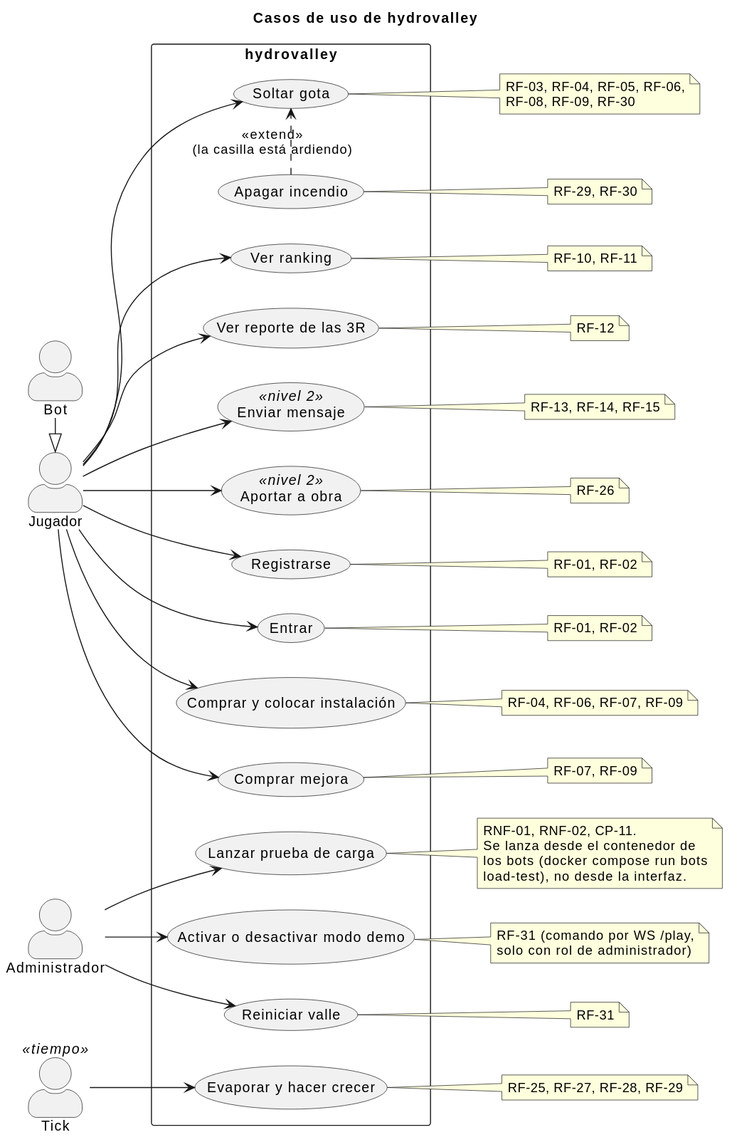
Above: docs/diagrams/01-casos-de-uso.svg in iadev2005/hydrovalley (PlantUML), before the change. Source of this version:
```plantuml
@startuml
title Casos de uso de hydrovalley
left to right direction
skinparam packageStyle rectangle
skinparam actorStyle awesome

actor "Jugador" as Jugador
actor "Bot" as Bot
actor "Administrador" as Admin
actor "Tick" as Tick <<tiempo>>

Bot -|> Jugador

rectangle "hydrovalley" {
  usecase "Registrarse" as UC_Registrarse
  usecase "Entrar" as UC_Entrar
  usecase "Soltar gota" as UC_Gota
  usecase "Apagar incendio" as UC_Incendio
  usecase "Comprar y colocar instalación" as UC_Instalacion
  usecase "Comprar mejora" as UC_Mejora
  usecase "Ver ranking" as UC_Ranking
  usecase "Ver reporte de las 3R" as UC_Reporte
  usecase "Enviar mensaje" as UC_Mensaje <<nivel 2>>
  usecase "Aportar a obra" as UC_Obra <<nivel 2>>

  usecase "Activar o desactivar modo demo" as UC_Demo
  usecase "Reiniciar valle" as UC_Reiniciar
  usecase "Lanzar prueba de carga" as UC_Carga

  usecase "Evaporar y hacer crecer" as UC_Evolucion
}

Jugador --> UC_Registrarse
Jugador --> UC_Entrar
Jugador --> UC_Gota
Jugador --> UC_Instalacion
Jugador --> UC_Mejora
Jugador --> UC_Ranking
Jugador --> UC_Reporte
Jugador --> UC_Mensaje
Jugador --> UC_Obra

UC_Incendio .> UC_Gota : <<extend>>\n(la casilla está ardiendo)

Admin --> UC_Demo
Admin --> UC_Reiniciar
Admin --> UC_Carga

Tick --> UC_Evolucion

note right of UC_Registrarse
  RF-01, RF-02
end note
note right of UC_Entrar
  RF-01, RF-02
end note
note right of UC_Gota
  RF-03, RF-04, RF-05, RF-06,
  RF-08, RF-09, RF-30
end note
note right of UC_Incendio
  RF-29, RF-30
end note
note right of UC_Instalacion
  RF-04, RF-06, RF-07, RF-09
end note
note right of UC_Mejora
  RF-07, RF-09
end note
note right of UC_Ranking
  RF-10, RF-11
end note
note right of UC_Reporte
  RF-12
end note
note right of UC_Mensaje
  RF-13, RF-14, RF-15
end note
note right of UC_Obra
  RF-26
end note
note right of UC_Evolucion
  RF-25, RF-27, RF-28, RF-29
end note
note right of UC_Demo
  RF-31 (comando por WS /play,
  solo con rol de administrador)
end note
note right of UC_Reiniciar
  RF-31
end note
note right of UC_Carga
  RNF-01, RNF-02, CP-11.
  Se lanza desde el contenedor de
  los bots (docker compose run bots
  load-test), no desde la interfaz.
end note
@enduml
```
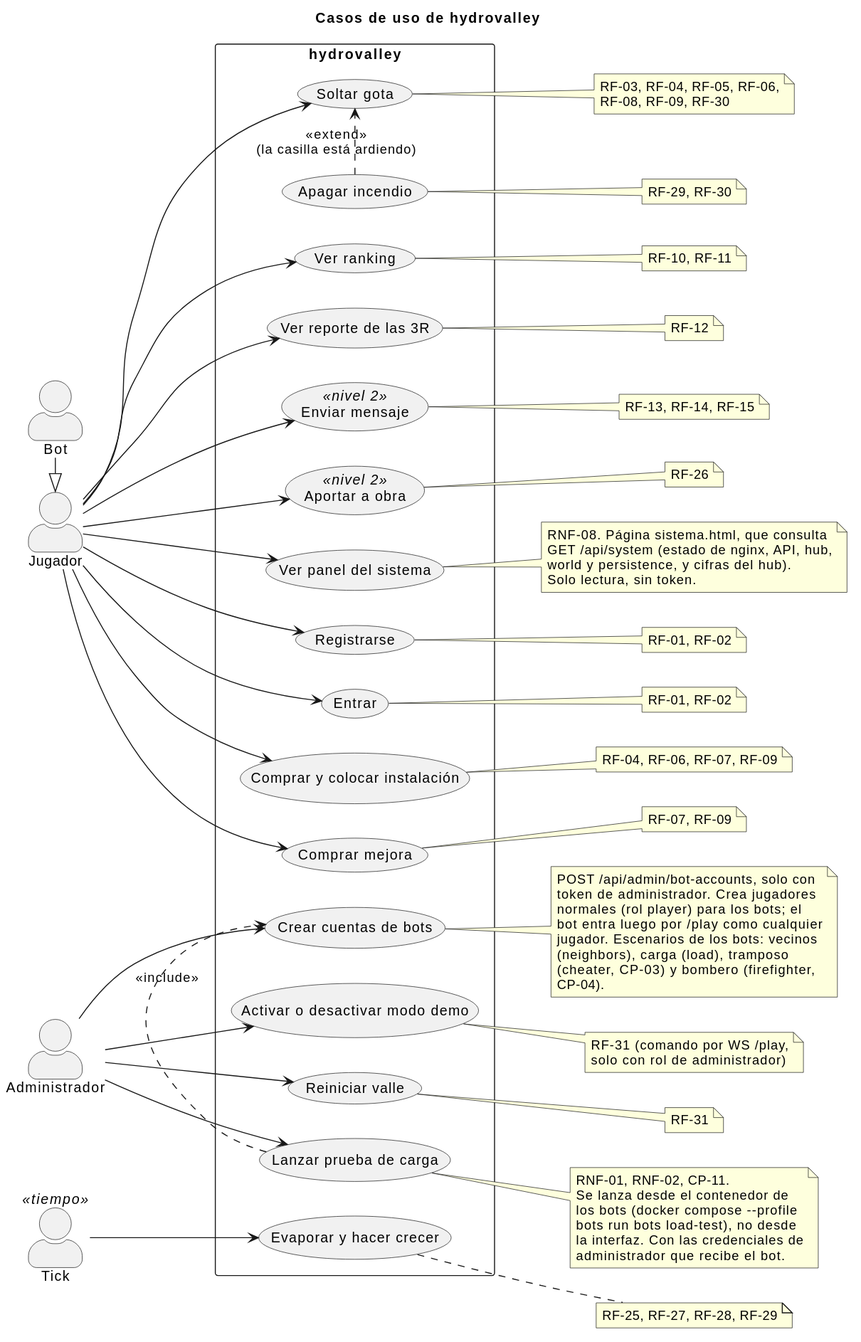
After the commit.

What changed in the source:
```diff
@@ -26,6 +26,8 @@
   usecase "Activar o desactivar modo demo" as UC_Demo
   usecase "Reiniciar valle" as UC_Reiniciar
   usecase "Lanzar prueba de carga" as UC_Carga
+  usecase "Crear cuentas de bots" as UC_CuentasBots
+  usecase "Ver panel del sistema" as UC_Sistema
 
   usecase "Evaporar y hacer crecer" as UC_Evolucion
 }
@@ -39,12 +41,16 @@
 Jugador --> UC_Reporte
 Jugador --> UC_Mensaje
 Jugador --> UC_Obra
+Jugador --> UC_Sistema
 
 UC_Incendio .> UC_Gota : <<extend>>\n(la casilla está ardiendo)
 
 Admin --> UC_Demo
 Admin --> UC_Reiniciar
 Admin --> UC_Carga
+Admin --> UC_CuentasBots
+
+UC_Carga .> UC_CuentasBots : <<include>>
 
 Tick --> UC_Evolucion
 
@@ -92,7 +98,25 @@
 note right of UC_Carga
   RNF-01, RNF-02, CP-11.
   Se lanza desde el contenedor de
-  los bots (docker compose run bots
-  load-test), no desde la interfaz.
+  los bots (docker compose --profile
+  bots run bots load-test), no desde
+  la interfaz. Con las credenciales de
+  administrador que recibe el bot.
+end note
+note right of UC_CuentasBots
+  POST /api/admin/bot-accounts, solo con
+  token de administrador. Crea jugadores
+  normales (rol player) para los bots; el
+  bot entra luego por /play como cualquier
+  jugador. Escenarios de los bots: vecinos
+  (neighbors), carga (load), tramposo
+  (cheater, CP-03) y bombero (firefighter,
+  CP-04).
+end note
+note right of UC_Sistema
+  RNF-08. Página sistema.html, que consulta
+  GET /api/system (estado de nginx, API, hub,
+  world y persistence, y cifras del hub).
+  Solo lectura, sin token.
 end note
 @enduml
```
